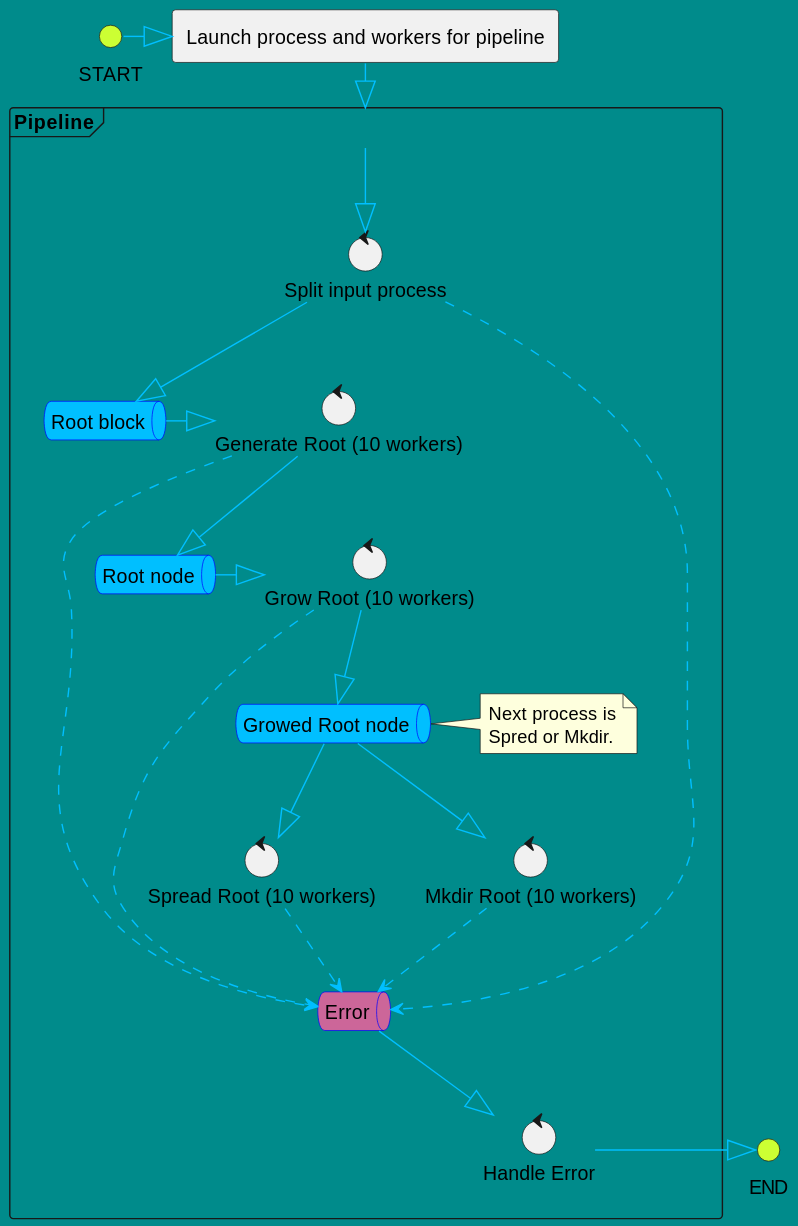
ddddddO/gtree keeps this PlantUML diagram as process.svg. Above is the earlier version.
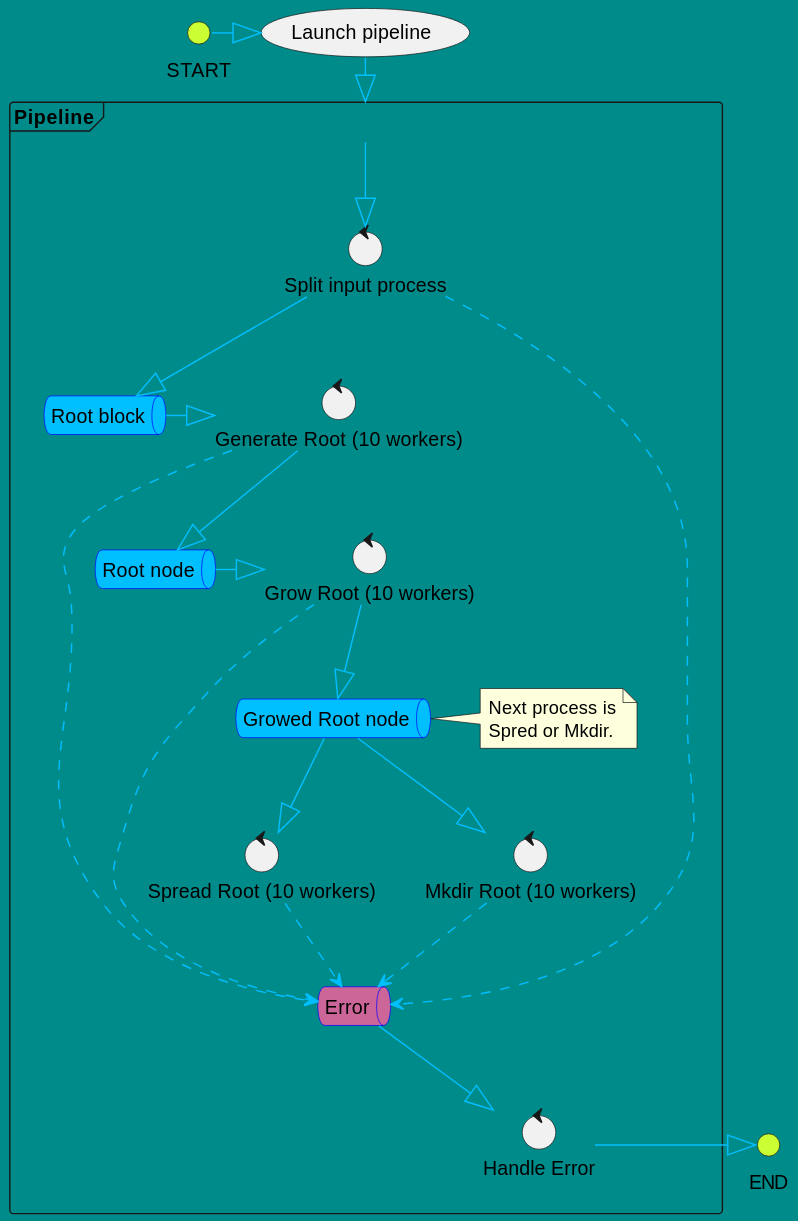
Above is the later version.

Diff of the diagram source:
```diff
@@ -12,7 +12,7 @@
 
 interface "START" as start
 
-[Launch process and workers for pipeline] as init
+(Launch pipeline) as init
 
 frame "Pipeline" as pipeline {
   control "Split input process" as split_proc
```
